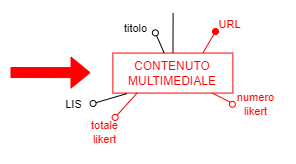
The draw.io diagram Progetto Esame - DBSperimentazioni A.A. 2023-2024/Immagini/ridondanze/2.3.1.1_schema1a.png in Mattron2000/Basi_di_dati, before a commit. Source tidied: cells renumbered, new cells last; positions are measured from the earlier drawing's top-left corner, leaving out a move shared by most shapes.
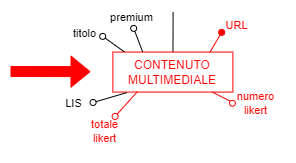
The same diagram one commit later.

Change to the diagram source:
```diff
@@ -10,16 +10,6 @@
     <mxCell id="3" value="&lt;font color=&quot;#ff0000&quot;&gt;CONTENUTO&lt;br&gt;MULTIMEDIALE&lt;/font&gt;" style="rounded=0;whiteSpace=wrap;html=1;strokeColor=#FF0000;" parent="1" vertex="1">
       <mxGeometry x="102.4" y="42.6" width="120" height="40" as="geometry" />
     </mxCell>
-    <mxCell id="4" style="endArrow=oval;html=1;fillStyle=auto;strokeWidth=1;startSize=6;endSize=6;fillColor=#000000;startArrow=none;startFill=0;endFill=0;strokeColor=#000000;" parent="1" edge="1" source="3">
-      <mxGeometry relative="1" as="geometry">
-        <mxPoint x="144.9" y="22.4" as="targetPoint" />
-      </mxGeometry>
-    </mxCell>
-    <mxCell id="5" value="titolo" style="edgeLabel;html=1;align=center;verticalAlign=middle;" parent="4" vertex="1">
-      <mxGeometry x="0.48" y="1" relative="1" as="geometry">
-        <mxPoint x="-21" y="-10" as="offset" />
-      </mxGeometry>
-    </mxCell>
     <mxCell id="6" style="endArrow=oval;html=1;fillStyle=auto;strokeWidth=1;startSize=6;endSize=6;fillColor=#000000;startArrow=none;startFill=0;endFill=0;exitX=0.117;exitY=1.013;exitDx=0;exitDy=0;exitPerimeter=0;" parent="1" edge="1" source="3">
       <mxGeometry relative="1" as="geometry">
         <mxPoint x="82.6" y="93" as="targetPoint" />
@@ -47,9 +37,6 @@
         <mxPoint x="80" y="62.2" as="targetPoint" />
       </mxGeometry>
     </mxCell>
-    <mxCell id="12" value="&lt;font color=&quot;#ff0000&quot; style=&quot;font-size: 11px;&quot;&gt;URL&lt;/font&gt;" style="text;html=1;align=center;verticalAlign=middle;strokeColor=none;fillColor=none;" parent="1" vertex="1">
-      <mxGeometry x="198.9" width="40" height="27" as="geometry" />
-    </mxCell>
     <mxCell id="13" style="endArrow=oval;html=1;fillStyle=auto;strokeWidth=1;startSize=6;endSize=6;fillColor=#000000;startArrow=none;startFill=0;endFill=0;fontSize=11;strokeColor=#FF0000;" parent="1" edge="1">
       <mxGeometry relative="1" as="geometry">
         <mxPoint x="127" y="82" as="sourcePoint" />
@@ -59,10 +46,36 @@
     <mxCell id="14" value="&lt;font color=&quot;#ff0000&quot;&gt;totale&lt;br&gt;likert&lt;/font&gt;" style="text;html=1;align=center;verticalAlign=middle;strokeColor=none;fillColor=none;fontSize=11;" parent="1" vertex="1">
       <mxGeometry x="69" y="102.4" width="50" height="40" as="geometry" />
     </mxCell>
-    <mxCell id="15" style="endArrow=oval;html=1;fillStyle=auto;strokeWidth=1;startSize=6;endSize=6;fillColor=#000000;startArrow=none;startFill=0;endFill=1;fontColor=#FF0000;strokeColor=#FF0000;exitX=0.75;exitY=0;exitDx=0;exitDy=0;" parent="1" edge="1" source="3">
-      <mxGeometry relative="1" as="geometry">
-        <mxPoint x="205" y="21" as="targetPoint" />
-      </mxGeometry>
-    </mxCell>
+    <mxCell id="16" style="endArrow=oval;html=1;fillStyle=auto;strokeWidth=1;startSize=6;endSize=6;fillColor=#000000;startArrow=none;startFill=0;endFill=0;exitX=0.109;exitY=0.001;exitDx=0;exitDy=0;exitPerimeter=0;" parent="1" edge="1">
+      <mxGeometry relative="1" as="geometry">
+        <mxPoint x="114.1" y="42.5" as="sourcePoint" />
+        <mxPoint x="92.2" y="26.9" as="targetPoint" />
+      </mxGeometry>
+    </mxCell>
+    <mxCell id="5" value="titolo" style="edgeLabel;html=1;align=center;verticalAlign=middle;" parent="16" vertex="1">
+      <mxGeometry x="0.48" y="1" relative="1" as="geometry">
+        <mxPoint x="-23" y="-8" as="offset" />
+      </mxGeometry>
+    </mxCell>
+    <mxCell id="17" style="edgeStyle=none;shape=connector;rounded=1;fillStyle=auto;html=1;labelBackgroundColor=default;strokeColor=default;strokeWidth=1;fontFamily=Helvetica;fontSize=11;fontColor=default;endArrow=none;endFill=0;startSize=6;endSize=6;fillColor=#000000;startArrow=oval;startFill=0;" parent="1" edge="1">
+      <mxGeometry relative="1" as="geometry">
+        <mxPoint x="123.2" y="18.9" as="sourcePoint" />
+        <mxPoint x="132.2" y="42.5" as="targetPoint" />
+      </mxGeometry>
+    </mxCell>
+    <mxCell id="18" value="premium" style="edgeLabel;html=1;align=center;verticalAlign=middle;fontSize=11;fontFamily=Helvetica;fontColor=default;" parent="17" vertex="1">
+      <mxGeometry x="-0.26" y="1" relative="1" as="geometry">
+        <mxPoint x="-7" y="-19" as="offset" />
+      </mxGeometry>
+    </mxCell>
+    <mxCell id="12" value="&lt;font color=&quot;#ff0000&quot; style=&quot;font-size: 11px;&quot;&gt;URL&lt;/font&gt;" style="text;html=1;align=center;verticalAlign=middle;strokeColor=none;fillColor=none;" parent="1" vertex="1">
+      <mxGeometry x="200.6" y="1.4" width="50" height="30" as="geometry" />
+    </mxCell>
+    <mxCell id="19" style="endArrow=oval;html=1;fillStyle=auto;strokeWidth=1;startSize=6;endSize=6;fillColor=#000000;startArrow=none;startFill=0;endFill=1;exitX=0.821;exitY=0.003;exitDx=0;exitDy=0;exitPerimeter=0;strokeColor=#FF0000;" parent="1" edge="1">
+      <mxGeometry relative="1" as="geometry">
+        <mxPoint x="199.5" y="42.6" as="sourcePoint" />
+        <mxPoint x="211.2" y="22.9" as="targetPoint" />
+      </mxGeometry>
+    </mxCell>
   </root>
 </mxGraphModel>
```
